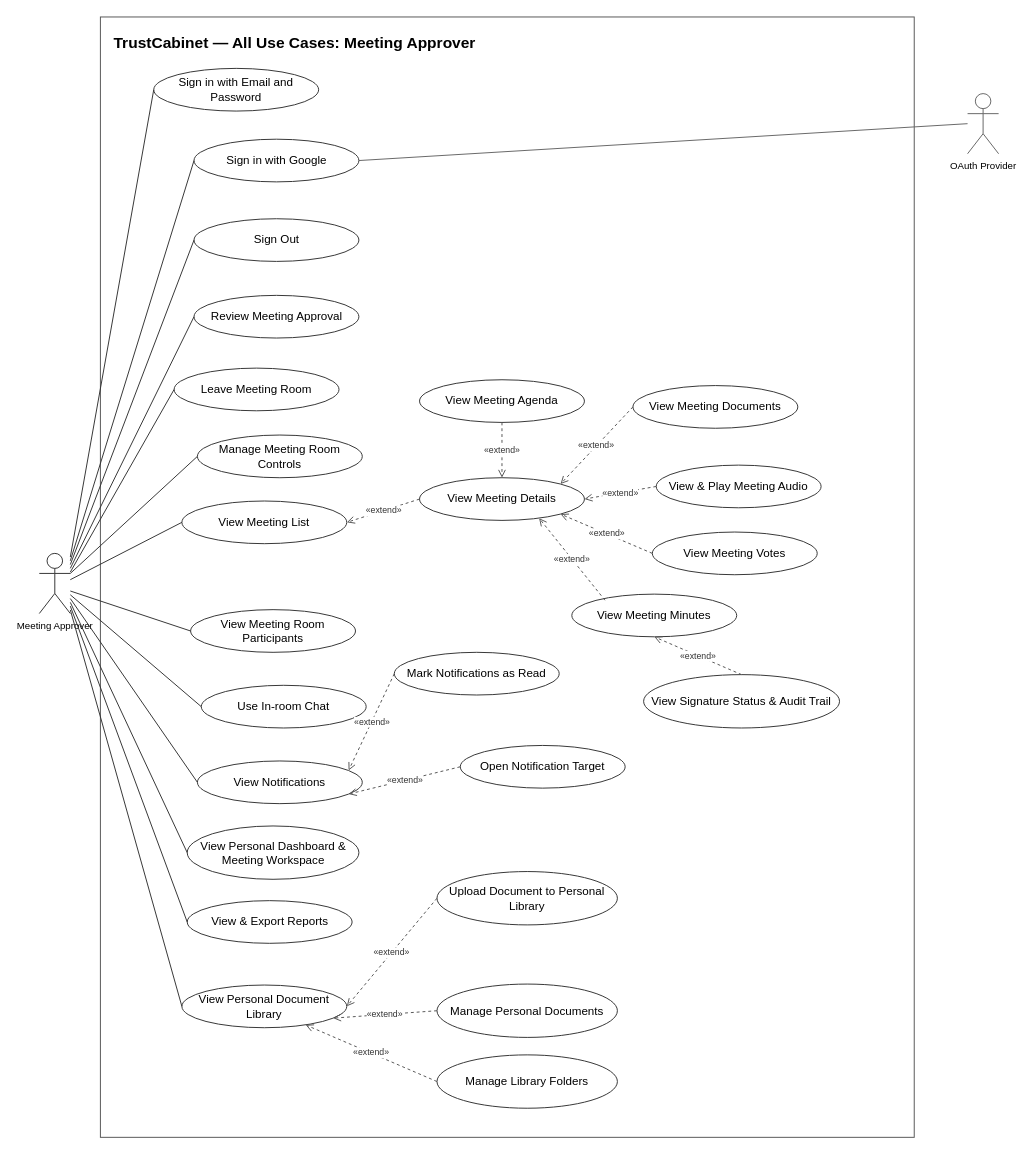
Before: page "Meeting Approver" (3 of 7) of docs/14-uc-diagram/trustcabinet-use-cases.drawio in callmehai/FU-FA26-G116, a draw.io diagram. Source tidied: cells renumbered, new cells numbered last; positions are measured from the earlier drawing's top-left corner, leaving out a move shared by most shapes. Both pictures are drawn from the tidied source at 97%, with x=0, y=0 at pixel (39, 16).
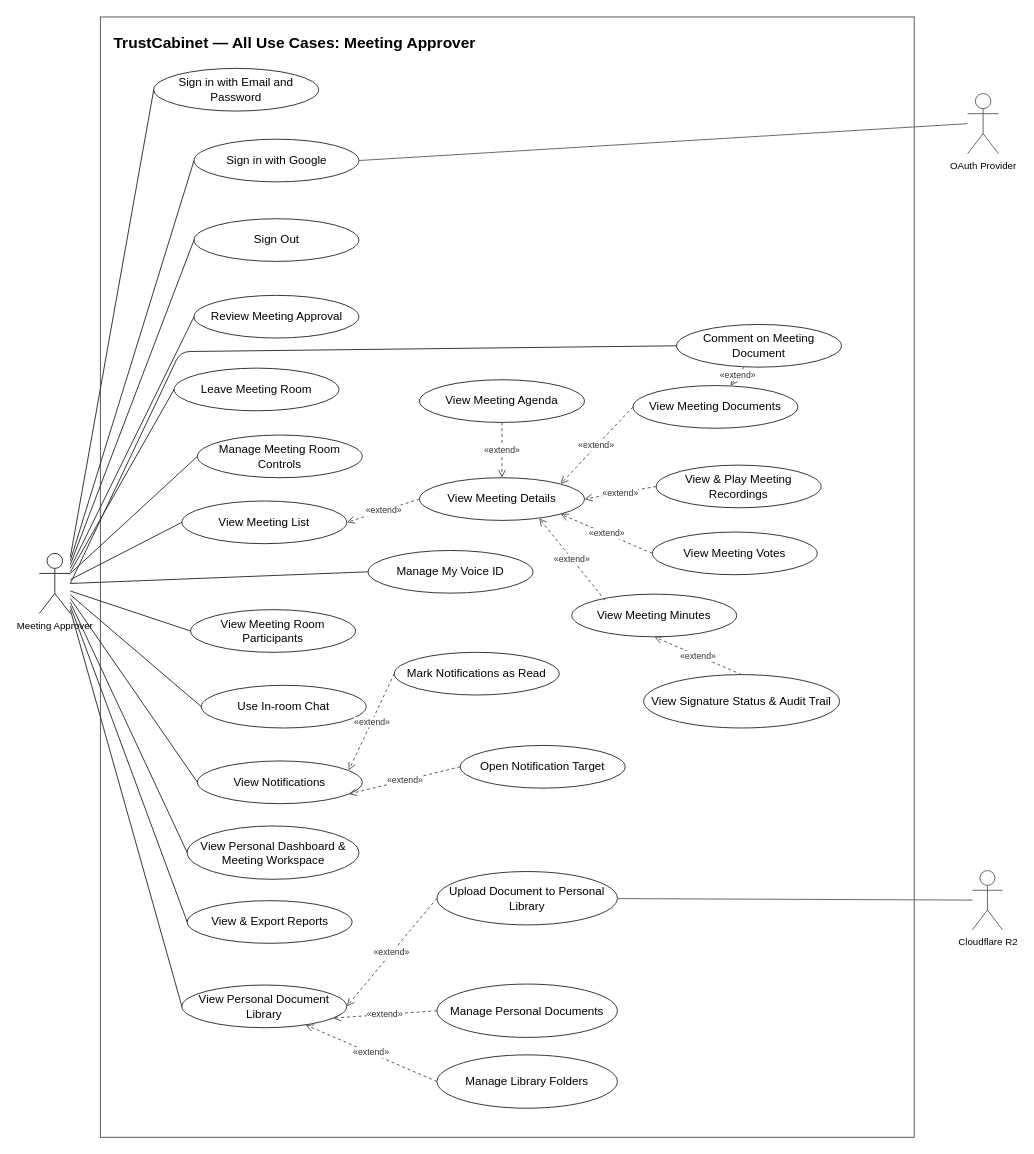
The same page after the edit.

The change refers to these unchanged cells:
```xml
<mxCell id="17" value="View Meeting Documents" style="ellipse;whiteSpace=wrap;html=1;align=center;verticalAlign=middle;fontSize=12;strokeColor=#333333;fillColor=#ffffff;" parent="1" vertex="1">
  <mxGeometry x="612" y="380" width="170" height="44" as="geometry" />
</mxCell>
<mxCell id="25" value="Upload Document to Personal Library" style="ellipse;whiteSpace=wrap;html=1;align=center;verticalAlign=middle;fontSize=12;strokeColor=#333333;fillColor=#ffffff;" parent="1" vertex="1">
  <mxGeometry x="410" y="881" width="186" height="55" as="geometry" />
</mxCell>
<mxCell id="28" value="Meeting Approver" style="shape=umlActor;verticalLabelPosition=bottom;verticalAlign=top;html=1;outlineConnect=0;fillColor=#ffffff;strokeColor=#333333;fontSize=10;" parent="1" vertex="1">
  <mxGeometry y="553" width="32" height="62" as="geometry" />
</mxCell>
```

The edit, as a diff of the source:
```diff
@@
-    <mxCell id="18" value="View &amp; Play Meeting Audio" style="ellipse;whiteSpace=wrap;html=1;align=center;verticalAlign=middle;fontSize=12;strokeColor=#333333;fillColor=#ffffff;" parent="1" vertex="1">
+    <mxCell id="18" value="View &amp; Play Meeting Recordings" style="ellipse;whiteSpace=wrap;html=1;align=center;verticalAlign=middle;fontSize=12;strokeColor=#333333;fillColor=#ffffff;" parent="1" vertex="1">
       <mxGeometry x="636" y="462" width="170" height="44" as="geometry" />
     </mxCell>
@@
+    <mxCell id="56" value="Manage My Voice ID" style="ellipse;whiteSpace=wrap;html=1;align=center;verticalAlign=middle;fontSize=12;strokeColor=#333333;fillColor=#ffffff;" parent="1" vertex="1">
+      <mxGeometry x="339" y="550" width="170" height="44" as="geometry" />
+    </mxCell>
+    <mxCell id="57" value="Comment on Meeting Document" style="ellipse;whiteSpace=wrap;html=1;align=center;verticalAlign=middle;fontSize=12;strokeColor=#333333;fillColor=#ffffff;" parent="1" vertex="1">
+      <mxGeometry x="657" y="317" width="170" height="44" as="geometry" />
+    </mxCell>
+    <mxCell id="58" value="&amp;#171;extend&amp;#187;" style="edgeStyle=none;html=1;dashed=1;strokeColor=#555555;fontColor=#333333;fontSize=9;endArrow=open;endFill=0;labelBackgroundColor=#FFFFFF;" parent="1" edge="1" source="57" target="17">
+      <mxGeometry relative="1" as="geometry" />
+    </mxCell>
+    <mxCell id="59" style="edgeStyle=none;html=1;strokeColor=#333333;strokeWidth=1;endArrow=none;startArrow=none;exitX=1;exitY=0.5;exitDx=0;exitDy=0;entryX=0;entryY=0.5;entryDx=0;entryDy=0;" parent="1" edge="1" source="28" target="57">
+      <mxGeometry relative="1" as="geometry">
+        <Array as="points">
+          <mxPoint x="145.5" y="345" />
+        </Array>
+      </mxGeometry>
+    </mxCell>
+    <mxCell id="60" style="edgeStyle=none;html=1;strokeColor=#333333;strokeWidth=1;endArrow=none;startArrow=none;exitX=1;exitY=0.5;exitDx=0;exitDy=0;entryX=0;entryY=0.5;entryDx=0;entryDy=0;" parent="1" edge="1" source="28" target="56">
+      <mxGeometry relative="1" as="geometry" />
+    </mxCell>
+    <mxCell id="61" value="Cloudflare R2" style="shape=umlActor;verticalLabelPosition=bottom;verticalAlign=top;html=1;outlineConnect=0;fillColor=#ffffff;strokeColor=#666666;fontSize=10;" parent="1" vertex="1">
+      <mxGeometry x="962" y="880" width="31" height="61" as="geometry" />
+    </mxCell>
+    <mxCell id="62" style="edgeStyle=none;html=1;strokeColor=#666666;strokeWidth=1;endArrow=none;startArrow=none;" parent="1" edge="1" source="61" target="25">
+      <mxGeometry relative="1" as="geometry" />
+    </mxCell>
```
